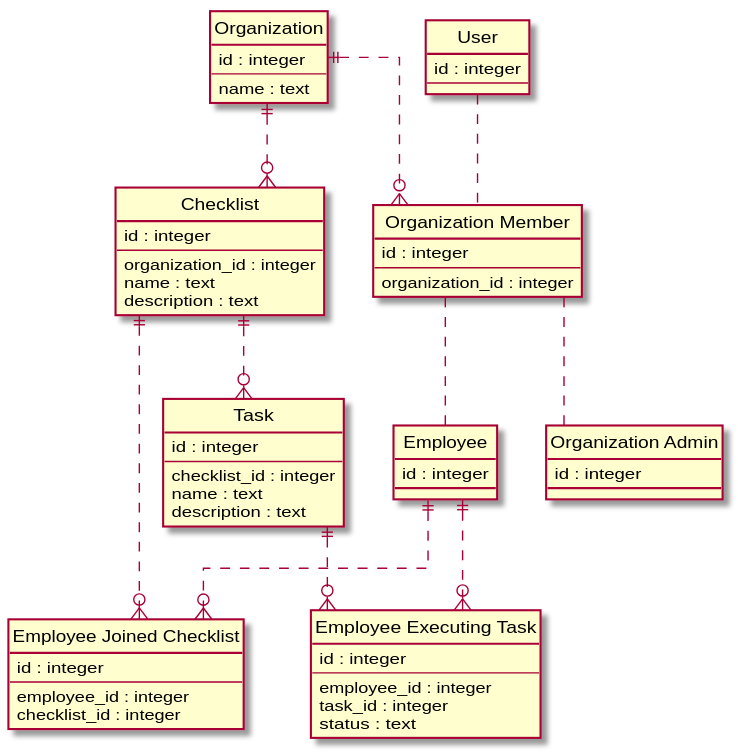
Above: images/schema.svg in IU-F20-MAD-Group3/onboarding-backend (PlantUML), before the change.
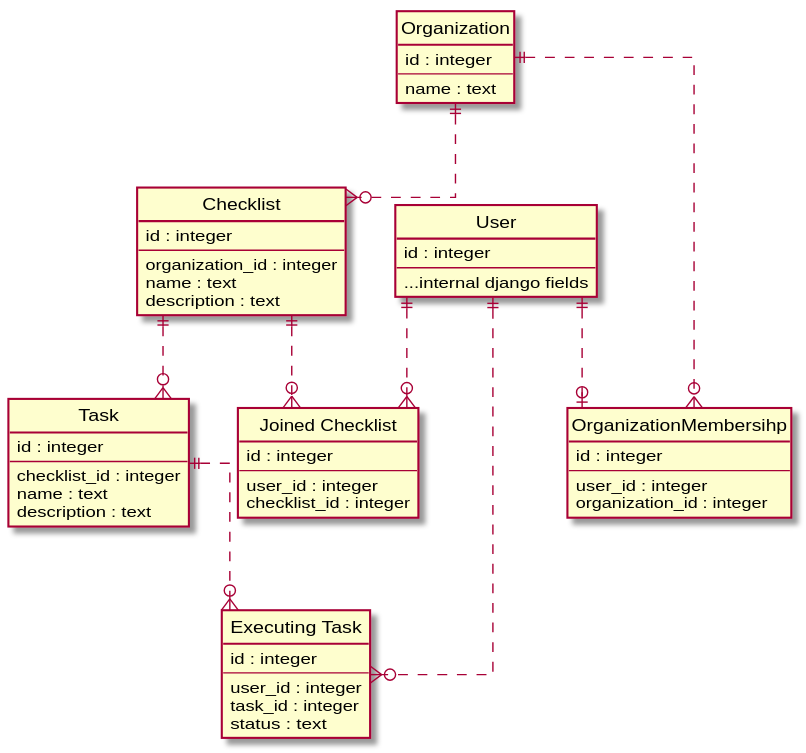
The same file after the commit.

Commit message:
Remove user inheritance from schema

The edit, as a diff of the source:
```diff
@@ -29,33 +29,27 @@
 entity "User" as use {
   id : integer
   --
+  ...internal django fields
 }
 
-entity "Organization Member" as mem {
+entity "OrganizationMembersihp" as mem {
   id : integer
   --
+  user_id : integer
   organization_id : integer
 }
 
-entity "Organization Admin" as adm {
-  id : integer
-}
-
-entity "Employee" as emp {
-  id : integer
-}
-
-entity "Employee Joined Checklist" as e_c {
+entity "Joined Checklist" as e_c {
   id : integer
   --
-  employee_id : integer
+  user_id : integer
   checklist_id : integer
 }
 
-entity "Employee Executing Task" as e_t {
+entity "Executing Task" as e_t {
   id : integer
   --
-  employee_id : integer
+  user_id : integer
   task_id : integer
   status : text
 }
@@ -63,14 +57,13 @@
 org ||..o{ che
 che ||..o{ tas
 
-use .. mem
-mem .. adm
-mem .. emp
 
+use ||..o| mem
 org ||..o{ mem
-emp ||..o{ e_c
+
+use ||..o{ e_c
 che ||..o{ e_c
-emp ||..o{ e_t
+use ||..o{ e_t
 tas ||..o{ e_t
 
 @enduml
```
